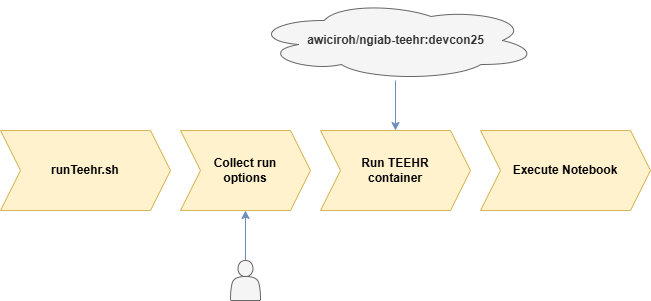
Before: materials/images/runTeehr_overview.png, a diagram exported from draw.io (RTIInternational/teehr-devcon25-workshop). Source tidied: cells renumbered, new cells last; positions are measured from the earlier drawing's top-left corner, leaving out a move shared by most shapes.
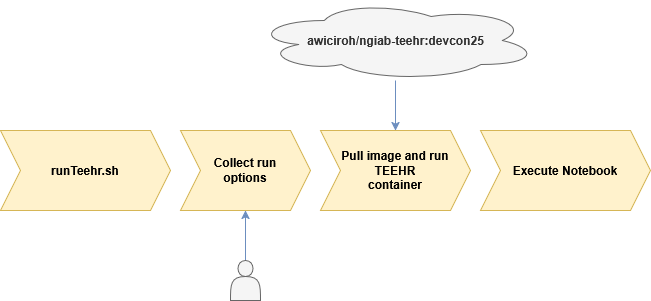
Above is the later version.

Diff of the diagram source:
```diff
@@ -8,7 +8,7 @@
     <mxCell id="3" value="&lt;b&gt;Collect run&lt;/b&gt;&lt;div&gt;&lt;b&gt;options&lt;/b&gt;&lt;/div&gt;" style="shape=step;perimeter=stepPerimeter;whiteSpace=wrap;html=1;fixedSize=1;fillColor=#fff2cc;strokeColor=#d6b656;" parent="1" vertex="1">
       <mxGeometry x="180" y="130" width="130" height="80" as="geometry" />
     </mxCell>
-    <mxCell id="4" value="&lt;b&gt;Run TEEHR&lt;/b&gt;&lt;div&gt;&lt;b&gt;container&lt;/b&gt;&lt;/div&gt;" style="shape=step;perimeter=stepPerimeter;whiteSpace=wrap;html=1;fixedSize=1;fillColor=#fff2cc;strokeColor=#d6b656;" parent="1" vertex="1">
+    <mxCell id="4" value="&lt;b&gt;Pull image and run TEEHR&lt;/b&gt;&lt;div&gt;&lt;b&gt;container&lt;/b&gt;&lt;/div&gt;" style="shape=step;perimeter=stepPerimeter;whiteSpace=wrap;html=1;fixedSize=1;fillColor=#fff2cc;strokeColor=#d6b656;" parent="1" vertex="1">
       <mxGeometry x="320" y="130" width="150" height="80" as="geometry" />
     </mxCell>
     <mxCell id="5" value="&lt;b&gt;Execute Notebook&lt;/b&gt;" style="shape=step;perimeter=stepPerimeter;whiteSpace=wrap;html=1;fixedSize=1;fillColor=#fff2cc;strokeColor=#d6b656;" parent="1" vertex="1">
```
